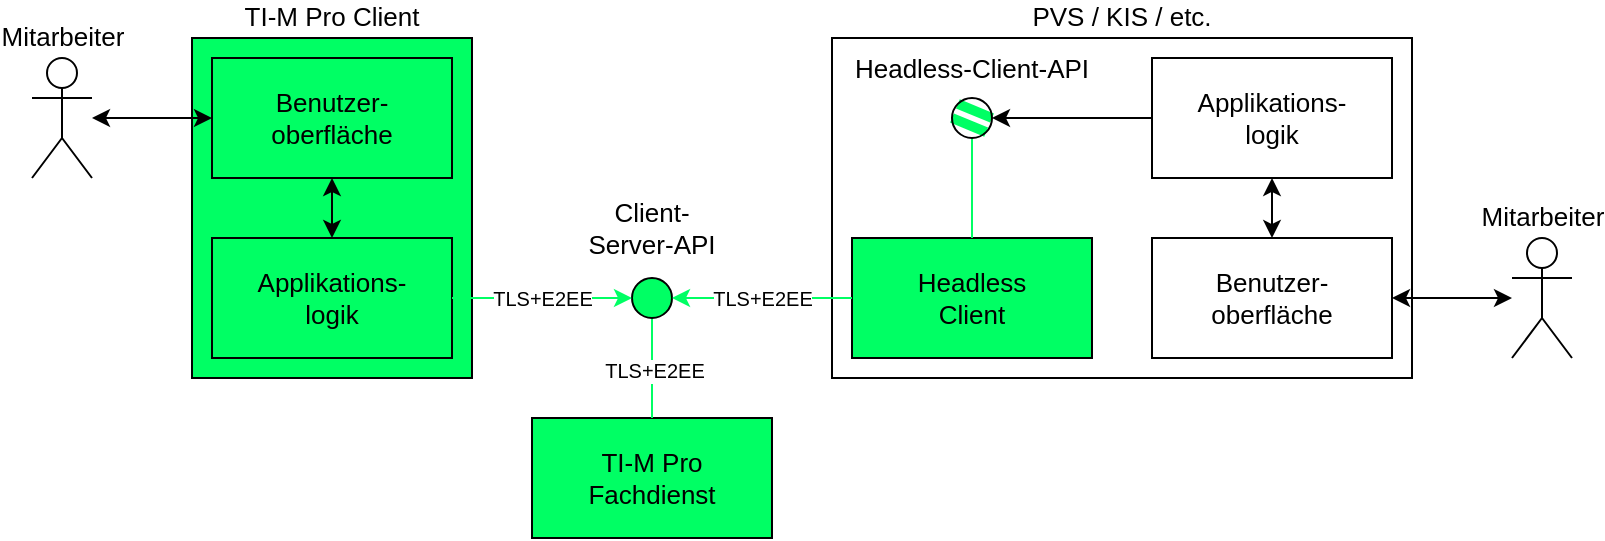
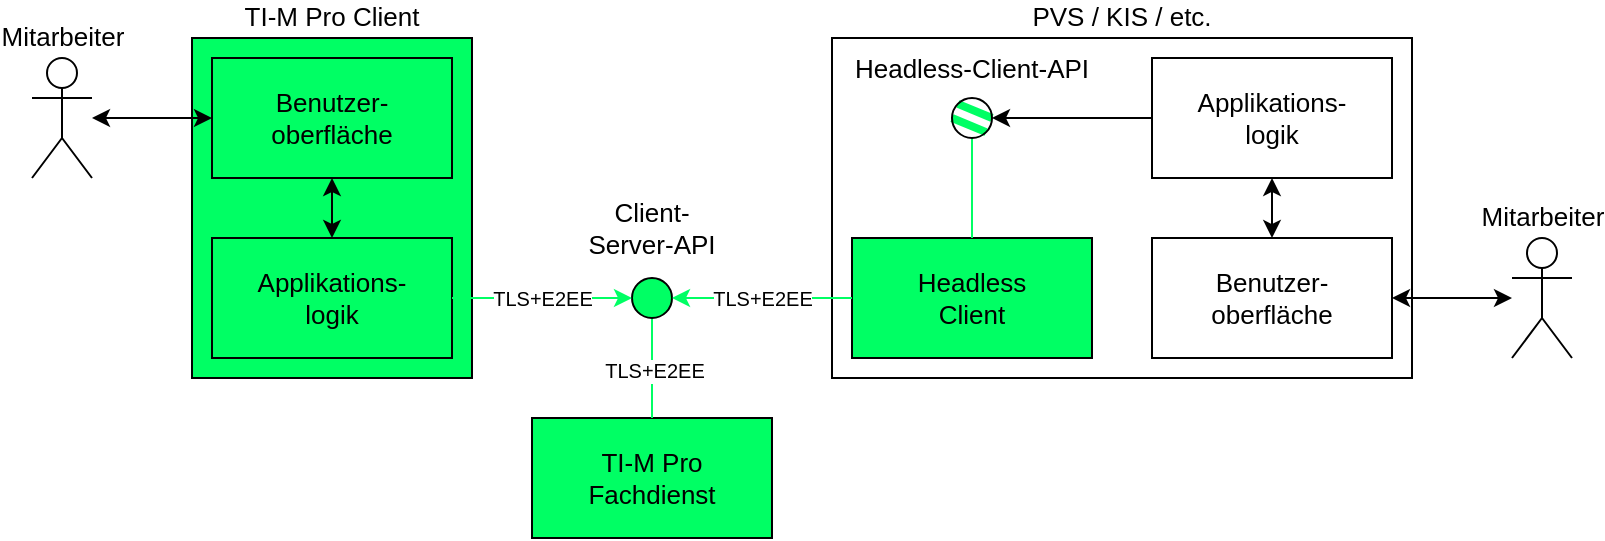
<mxfile host="Electron" agent="Mozilla/5.0 (Macintosh; Intel Mac OS X 10_15_7) AppleWebKit/537.36 (KHTML, like Gecko) draw.io/29.5.2 Chrome/142.0.7444.265 Electron/39.6.1 Safari/537.36" version="29.5.2">
  <diagram name="Page-1" id="JxrCaE_EeB_qr6ey8vhn">
-     <mxGraphModel dx="848" dy="620" grid="1" gridSize="10" guides="1" tooltips="1" connect="1" arrows="1" fold="1" page="1" pageScale="1" pageWidth="827" pageHeight="1169" math="0" shadow="0">
+     <mxGraphModel dx="536" dy="392" grid="1" gridSize="10" guides="1" tooltips="1" connect="1" arrows="1" fold="1" page="1" pageScale="1" pageWidth="827" pageHeight="1169" math="0" shadow="0">
      <root>
        <mxCell id="0" />
        <mxCell id="1" parent="0" />
        <mxCell id="Xpv7qoTpaxrMEMCDT0tX-31" parent="1" style="rounded=0;whiteSpace=wrap;html=1;fillColor=#00FF64;strokeColor=#000000;fontSize=13;" value="TI-M Pro&lt;div&gt;Fachdienst&lt;/div&gt;" vertex="1">
          <mxGeometry height="60" width="120" x="380" y="980" as="geometry" />
        </mxCell>
        <mxCell id="Xpv7qoTpaxrMEMCDT0tX-32" edge="1" parent="1" source="Xpv7qoTpaxrMEMCDT0tX-31" style="endArrow=none;html=1;rounded=0;exitX=0.5;exitY=0;exitDx=0;exitDy=0;endFill=0;entryX=0.5;entryY=1;entryDx=0;entryDy=0;fillColor=#e1d5e7;strokeColor=#00FF64;" target="Xpv7qoTpaxrMEMCDT0tX-39" value="">
          <mxGeometry height="50" relative="1" width="50" as="geometry">
            <mxPoint x="449.5" y="1010" as="sourcePoint" />
            <mxPoint x="460" y="960" as="targetPoint" />
          </mxGeometry>
        </mxCell>
        <mxCell id="Xpv7qoTpaxrMEMCDT0tX-107" connectable="0" parent="Xpv7qoTpaxrMEMCDT0tX-32" style="edgeLabel;html=1;align=center;verticalAlign=middle;resizable=0;points=[];horizontal=1;labelPosition=center;verticalLabelPosition=middle;fontSize=10;" value="TLS+E2EE" vertex="1">
          <mxGeometry relative="1" x="-0.0429" y="-1" as="geometry">
            <mxPoint as="offset" />
          </mxGeometry>
        </mxCell>
        <mxCell id="Xpv7qoTpaxrMEMCDT0tX-33" parent="1" style="text;html=1;whiteSpace=wrap;strokeColor=none;fillColor=none;align=center;verticalAlign=middle;rounded=0;fontSize=13;" value="Client-Server-API" vertex="1">
          <mxGeometry height="30" width="70" x="405" y="870" as="geometry" />
        </mxCell>
        <mxCell id="Xpv7qoTpaxrMEMCDT0tX-35" parent="1" style="rounded=0;whiteSpace=wrap;html=1;fillColor=#00FF64;strokeColor=#000000;verticalAlign=bottom;fontStyle=0;labelPosition=center;verticalLabelPosition=top;align=center;fontSize=13;" value="TI-M Pro&amp;nbsp;&lt;span style=&quot;background-color: transparent; color: light-dark(rgb(0, 0, 0), rgb(255, 255, 255));&quot;&gt;Client&lt;/span&gt;" vertex="1">
          <mxGeometry height="170" width="140" x="210" y="790" as="geometry" />
        </mxCell>
        <mxCell id="Xpv7qoTpaxrMEMCDT0tX-39" parent="1" style="ellipse;whiteSpace=wrap;html=1;aspect=fixed;fillColor=#00FF64;strokeColor=#000000;fontSize=13;" value="" vertex="1">
          <mxGeometry height="20" width="20" x="430" y="910" as="geometry" />
        </mxCell>
        <mxCell id="Xpv7qoTpaxrMEMCDT0tX-40" parent="1" style="shape=umlActor;verticalLabelPosition=top;verticalAlign=bottom;html=1;outlineConnect=0;labelPosition=center;align=center;fontSize=13;" value="Mitarbeiter" vertex="1">
          <mxGeometry height="60" width="30" x="130" y="800" as="geometry" />
        </mxCell>
        <mxCell id="Xpv7qoTpaxrMEMCDT0tX-41" edge="1" parent="1" source="wK5yh5TK6hXDZH_PQgzs-29" style="endArrow=classic;startArrow=classic;html=1;rounded=0;exitX=0;exitY=0.5;exitDx=0;exitDy=0;fontSize=13;" target="Xpv7qoTpaxrMEMCDT0tX-40" value="">
          <mxGeometry height="50" relative="1" width="50" as="geometry">
            <mxPoint x="420" y="860" as="sourcePoint" />
            <mxPoint x="470" y="810" as="targetPoint" />
          </mxGeometry>
        </mxCell>
        <mxCell id="Xpv7qoTpaxrMEMCDT0tX-45" parent="1" style="rounded=0;whiteSpace=wrap;html=1;labelPosition=center;verticalLabelPosition=top;align=center;verticalAlign=bottom;fontStyle=0;fontSize=13;" value="PVS / KIS / etc." vertex="1">
          <mxGeometry height="170" width="290" x="530" y="790" as="geometry" />
        </mxCell>
        <mxCell id="Xpv7qoTpaxrMEMCDT0tX-55" parent="1" style="text;html=1;whiteSpace=wrap;strokeColor=none;fillColor=none;align=center;verticalAlign=middle;rounded=0;fontSize=13;" value="Headless-&lt;span style=&quot;background-color: transparent; color: light-dark(rgb(0, 0, 0), rgb(255, 255, 255));&quot;&gt;Client-API&lt;/span&gt;" vertex="1">
          <mxGeometry height="30" width="127.5" x="536.25" y="790" as="geometry" />
        </mxCell>
        <mxCell id="Xpv7qoTpaxrMEMCDT0tX-57" parent="1" style="shape=umlActor;verticalLabelPosition=top;verticalAlign=bottom;html=1;outlineConnect=0;labelPosition=center;align=center;fontSize=13;" value="Mitarbeiter" vertex="1">
          <mxGeometry height="60" width="30" x="870" y="890" as="geometry" />
        </mxCell>
        <mxCell id="Xpv7qoTpaxrMEMCDT0tX-59" edge="1" parent="1" source="wK5yh5TK6hXDZH_PQgzs-21" style="endArrow=classic;startArrow=classic;html=1;rounded=0;exitX=1;exitY=0.5;exitDx=0;exitDy=0;fontSize=13;" target="Xpv7qoTpaxrMEMCDT0tX-57" value="">
          <mxGeometry height="50" relative="1" width="50" as="geometry">
            <mxPoint x="380" y="1030" as="sourcePoint" />
            <mxPoint x="430" y="980" as="targetPoint" />
          </mxGeometry>
        </mxCell>
        <mxCell id="Xpv7qoTpaxrMEMCDT0tX-34" parent="1" style="rounded=0;whiteSpace=wrap;html=1;fillColor=#00FF64;strokeColor=#000000;fontSize=13;" value="Headless&lt;div&gt;Client&lt;/div&gt;" vertex="1">
          <mxGeometry height="60" width="120" x="540" y="890" as="geometry" />
        </mxCell>
        <mxCell id="wK5yh5TK6hXDZH_PQgzs-20" edge="1" parent="1" source="wK5yh5TK6hXDZH_PQgzs-26" style="endArrow=none;startArrow=classic;html=1;rounded=0;exitX=1;exitY=0.5;exitDx=0;exitDy=0;endFill=0;fontSize=13;" target="wK5yh5TK6hXDZH_PQgzs-19" value="">
          <mxGeometry height="50" relative="1" width="50" as="geometry">
            <mxPoint x="419.6592582628907" y="907.4118095489748" as="sourcePoint" />
            <mxPoint x="820" y="999" as="targetPoint" />
          </mxGeometry>
        </mxCell>
        <mxCell id="wK5yh5TK6hXDZH_PQgzs-19" parent="1" style="rounded=0;whiteSpace=wrap;html=1;fontSize=13;" value="Applikations-&lt;div&gt;logik&lt;/div&gt;" vertex="1">
          <mxGeometry height="60" width="120" x="690" y="800" as="geometry" />
        </mxCell>
        <mxCell id="wK5yh5TK6hXDZH_PQgzs-21" parent="1" style="rounded=0;whiteSpace=wrap;html=1;fontSize=13;" value="Benutzer-&lt;div&gt;oberfläche&lt;/div&gt;" vertex="1">
          <mxGeometry height="60" width="120" x="690" y="890" as="geometry" />
        </mxCell>
        <mxCell id="wK5yh5TK6hXDZH_PQgzs-22" edge="1" parent="1" source="wK5yh5TK6hXDZH_PQgzs-19" style="endArrow=classic;startArrow=classic;html=1;rounded=0;exitX=0.5;exitY=1;exitDx=0;exitDy=0;entryX=0.5;entryY=0;entryDx=0;entryDy=0;fontSize=13;" target="wK5yh5TK6hXDZH_PQgzs-21" value="">
          <mxGeometry height="50" relative="1" width="50" as="geometry">
            <mxPoint x="870" y="980" as="sourcePoint" />
            <mxPoint x="920" y="930" as="targetPoint" />
          </mxGeometry>
        </mxCell>
        <mxCell id="wK5yh5TK6hXDZH_PQgzs-25" edge="1" parent="1" source="wK5yh5TK6hXDZH_PQgzs-26" style="endArrow=none;html=1;rounded=0;exitX=0.5;exitY=1;exitDx=0;exitDy=0;fillColor=#e1d5e7;strokeColor=#00FF64;entryX=0.5;entryY=0;entryDx=0;entryDy=0;fontSize=13;" target="Xpv7qoTpaxrMEMCDT0tX-34" value="">
          <mxGeometry height="50" relative="1" width="50" as="geometry">
            <mxPoint x="460" y="900" as="sourcePoint" />
            <mxPoint x="540" y="820" as="targetPoint" />
          </mxGeometry>
        </mxCell>
        <mxCell id="Xpv7qoTpaxrMEMCDT0tX-37" edge="1" parent="1" source="Xpv7qoTpaxrMEMCDT0tX-34" style="endArrow=classic;html=1;rounded=0;entryX=1;entryY=0.5;entryDx=0;entryDy=0;exitX=0;exitY=0.5;exitDx=0;exitDy=0;fontSize=10;labelPosition=center;verticalLabelPosition=middle;align=center;verticalAlign=middle;fillColor=#e1d5e7;strokeColor=#00FF64;" target="Xpv7qoTpaxrMEMCDT0tX-39" value="TLS+E2EE">
          <mxGeometry height="50" relative="1" width="50" as="geometry">
            <mxPoint x="530" y="900" as="sourcePoint" />
            <mxPoint x="460" y="930" as="targetPoint" />
          </mxGeometry>
        </mxCell>
        <mxCell id="wK5yh5TK6hXDZH_PQgzs-28" parent="1" style="rounded=0;whiteSpace=wrap;html=1;fillColor=#00FF64;strokeColor=#000000;fontSize=13;" value="Applikations-&lt;div&gt;logik&lt;/div&gt;" vertex="1">
          <mxGeometry height="60" width="120" x="220" y="890" as="geometry" />
        </mxCell>
        <mxCell id="wK5yh5TK6hXDZH_PQgzs-29" parent="1" style="rounded=0;whiteSpace=wrap;html=1;fillColor=#00FF64;strokeColor=#000000;fontSize=13;" value="Benutzer-&lt;div&gt;oberfläche&lt;/div&gt;" vertex="1">
          <mxGeometry height="60" width="120" x="220" y="800" as="geometry" />
        </mxCell>
        <mxCell id="wK5yh5TK6hXDZH_PQgzs-30" edge="1" parent="1" source="wK5yh5TK6hXDZH_PQgzs-28" style="endArrow=classic;startArrow=classic;html=1;rounded=0;entryX=0.5;entryY=1;entryDx=0;entryDy=0;exitX=0.5;exitY=0;exitDx=0;exitDy=0;fontSize=13;" target="wK5yh5TK6hXDZH_PQgzs-29" value="">
          <mxGeometry height="50" relative="1" width="50" as="geometry">
            <mxPoint x="430" y="880" as="sourcePoint" />
            <mxPoint x="480" y="830" as="targetPoint" />
          </mxGeometry>
        </mxCell>
-         <mxCell id="A9oqwnsdiZcHIlNp2Coo-2" edge="1" parent="1" source="wK5yh5TK6hXDZH_PQgzs-26" style="endArrow=none;html=1;rounded=0;exitX=1;exitY=1;exitDx=0;exitDy=0;entryX=0;entryY=0.5;entryDx=0;entryDy=0;strokeColor=#00FF64;strokeWidth=5;" target="wK5yh5TK6hXDZH_PQgzs-26" value="">
+         <mxCell id="A9oqwnsdiZcHIlNp2Coo-2" edge="1" parent="1" source="wK5yh5TK6hXDZH_PQgzs-26" style="endArrow=none;html=1;rounded=0;exitX=1;exitY=1;exitDx=0;exitDy=0;entryX=0;entryY=0.5;entryDx=0;entryDy=0;strokeColor=#00FF64;strokeWidth=4;" target="wK5yh5TK6hXDZH_PQgzs-26" value="">
          <mxGeometry height="50" relative="1" width="50" as="geometry">
            <mxPoint x="450" y="830" as="sourcePoint" />
            <mxPoint x="500" y="780" as="targetPoint" />
          </mxGeometry>
        </mxCell>
        <mxCell id="wK5yh5TK6hXDZH_PQgzs-31" edge="1" parent="1" source="wK5yh5TK6hXDZH_PQgzs-28" style="endArrow=classic;html=1;rounded=0;entryX=0;entryY=0.5;entryDx=0;entryDy=0;exitX=1;exitY=0.5;exitDx=0;exitDy=0;fontSize=10;labelPosition=center;verticalLabelPosition=middle;align=center;verticalAlign=middle;fillColor=#e1d5e7;strokeColor=#00FF64;" target="Xpv7qoTpaxrMEMCDT0tX-39" value="TLS+E2EE">
          <mxGeometry height="50" relative="1" width="50" as="geometry">
            <mxPoint x="550" y="920" as="sourcePoint" />
            <mxPoint x="460" y="920" as="targetPoint" />
          </mxGeometry>
        </mxCell>
-         <mxCell id="A9oqwnsdiZcHIlNp2Coo-3" edge="1" parent="1" source="wK5yh5TK6hXDZH_PQgzs-26" style="endArrow=none;html=1;rounded=0;exitX=1;exitY=0.5;exitDx=0;exitDy=0;entryX=0;entryY=0;entryDx=0;entryDy=0;strokeColor=#00FF64;strokeWidth=5;" target="wK5yh5TK6hXDZH_PQgzs-26" value="">
+         <mxCell id="A9oqwnsdiZcHIlNp2Coo-3" edge="1" parent="1" source="wK5yh5TK6hXDZH_PQgzs-26" style="endArrow=none;html=1;rounded=0;exitX=1;exitY=0.5;exitDx=0;exitDy=0;entryX=0;entryY=0;entryDx=0;entryDy=0;strokeColor=#00FF64;strokeWidth=4;" target="wK5yh5TK6hXDZH_PQgzs-26" value="">
          <mxGeometry height="50" relative="1" width="50" as="geometry">
            <mxPoint x="450" y="830" as="sourcePoint" />
            <mxPoint x="500" y="780" as="targetPoint" />
          </mxGeometry>
        </mxCell>
        <mxCell id="wK5yh5TK6hXDZH_PQgzs-26" parent="1" style="ellipse;whiteSpace=wrap;html=1;aspect=fixed;fillColor=none;strokeColor=#000000;fontSize=13;gradientColor=#FFFFFF;gradientDirection=east;" value="" vertex="1">
          <mxGeometry height="20" width="20" x="590" y="820" as="geometry" />
        </mxCell>
      </root>
    </mxGraphModel>
  </diagram>
</mxfile>
